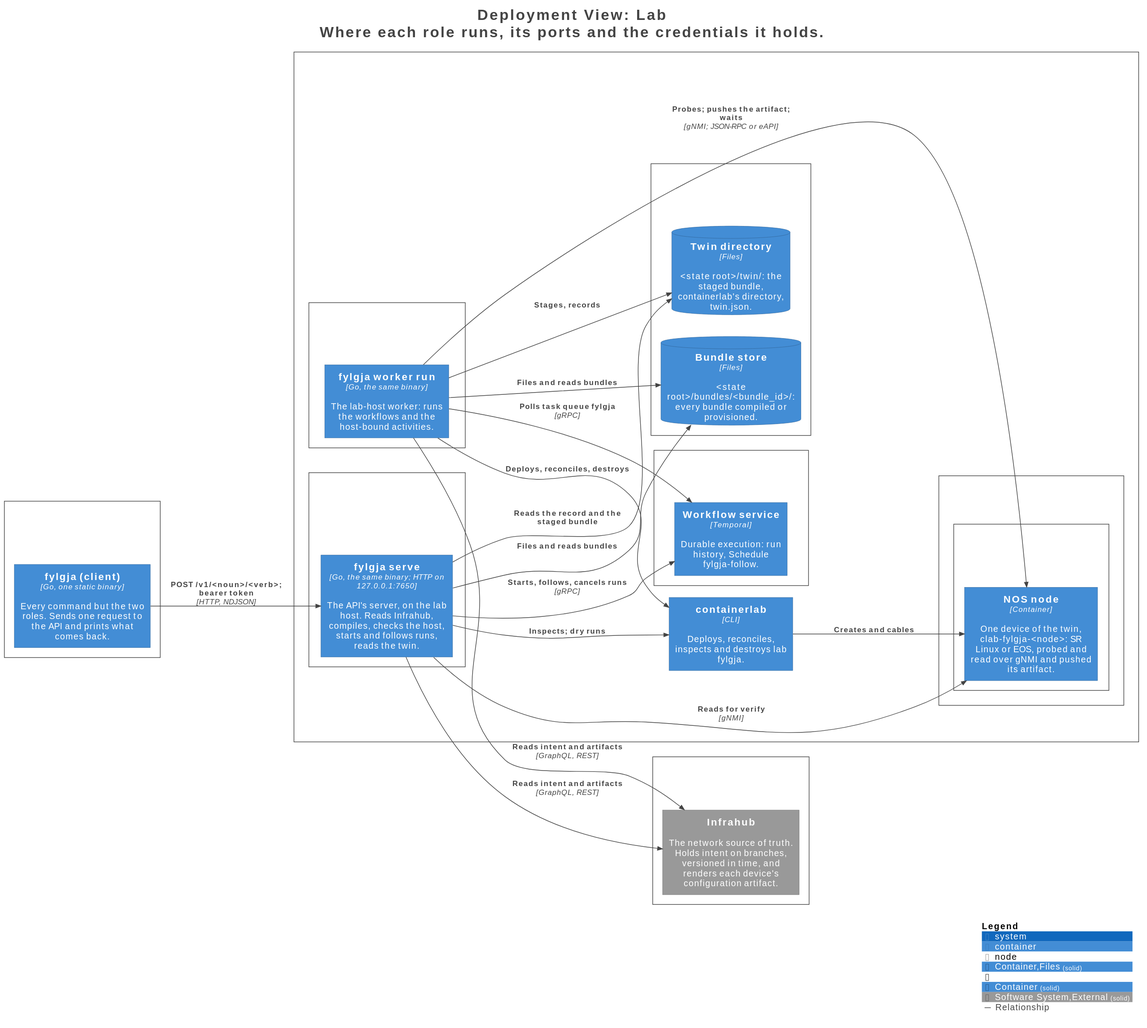
Above: docs/c4/structurizr-Deployment.svg in happypathnetworking/fylgja (PlantUML), before the change.
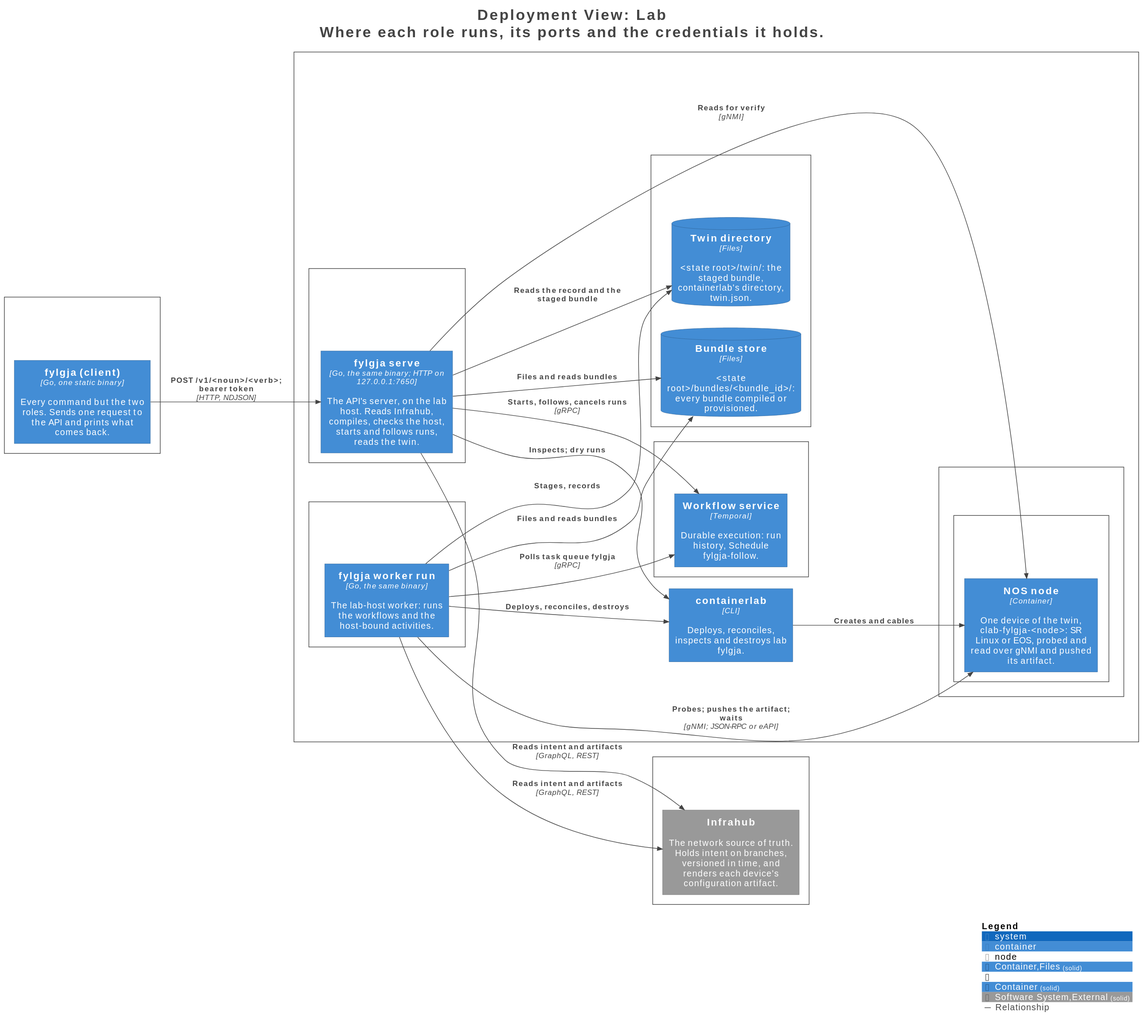
The same diagram one commit later.

Commit message:
docs(c4): the worker's fifth workflow redrawn

What changed in the source:
```diff
@@ -32,6 +32,10 @@
 }
 
 Deployment_Node(Lab.Labhost, "Lab host", $type="", $descr="Ubuntu, Docker, containerlab, the NOS images", $tags="Element", $link="") {
+  Deployment_Node(Lab.Labhost.fylgjaworkerrun, "fylgja worker run", $type="process", $descr="INFRAHUB_API_TOKEN, both node logins; no API token", $tags="Element", $link="") {
+    Container(Lab.Labhost.fylgjaworkerrun.fylgjaworkerrun_1, "fylgja worker run", $techn="Go, the same binary", $descr="The lab-host worker: runs the workflows and the host-bound activities.", $tags="Container", $link="")
+  }
+
   Deployment_Node(Lab.Labhost.temporalserverstartdev, "temporal server start-dev", $type="process", $descr=":7233; UI :8233", $tags="Element", $link="") {
     Container(Lab.Labhost.temporalserverstartdev.Workflowservice_1, "Workflow service", $techn="Temporal", $descr="Durable execution: run history, Schedule fylgja-follow.", $tags="Container", $link="")
   }
@@ -51,10 +55,6 @@
 
   Deployment_Node(Lab.Labhost.fylgjaserve, "fylgja serve", $type="process", $descr="127.0.0.1:7650; FYLGJA_API_TOKEN, INFRAHUB_API_TOKEN, both node logins", $tags="Element", $link="") {
     Container(Lab.Labhost.fylgjaserve.fylgjaserve_1, "fylgja serve", $techn="Go, the same binary; HTTP on 127.0.0.1:7650", $descr="The API's server, on the lab host. Reads Infrahub, compiles, checks the host, starts and follows runs, reads the twin.", $tags="Container", $link="")
-  }
-
-  Deployment_Node(Lab.Labhost.fylgjaworkerrun, "fylgja worker run", $type="process", $descr="INFRAHUB_API_TOKEN, both node logins; no API token", $tags="Element", $link="") {
-    Container(Lab.Labhost.fylgjaworkerrun.fylgjaworkerrun_1, "fylgja worker run", $techn="Go, the same binary", $descr="The lab-host worker: runs the workflows and the host-bound activities.", $tags="Container", $link="")
   }
 
 }
```
